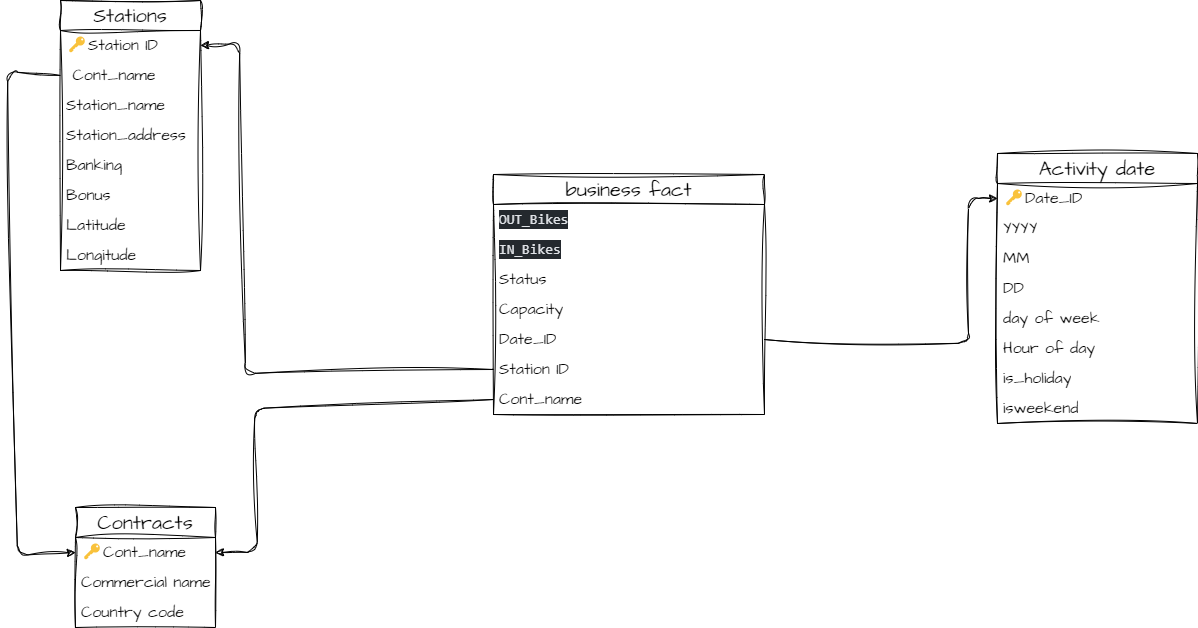
This is DWSchema.drawio.png from kaoutaar/end-to-end-etl-pipeline-jcdecaux-API, a draw.io export, as it was before one commit. Source tidied: cells renumbered, new cells last; positions are measured from the earlier drawing's top-left corner, leaving out a move shared by most shapes.
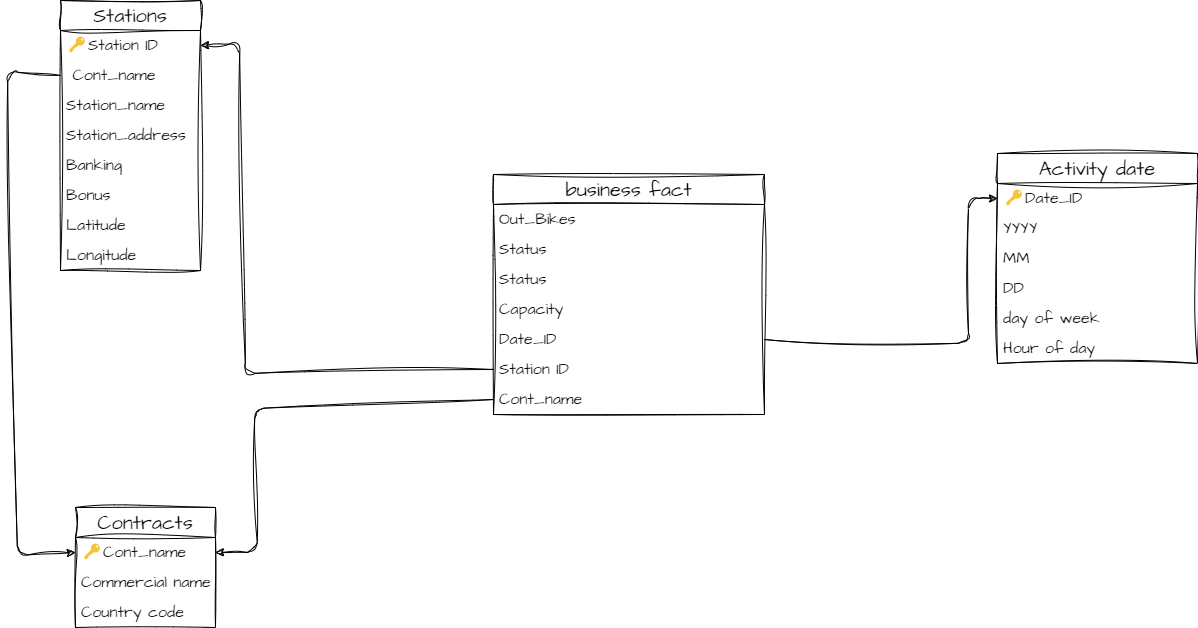
The same file after the commit.

Diff of the diagram source:
```diff
@@ -44,12 +44,12 @@
     <mxCell id="15" value="business fact" style="swimlane;fontStyle=0;horizontal=1;startSize=30;whiteSpace=wrap;html=1;sketch=1;hachureGap=4;jiggle=2;curveFitting=1;fontFamily=Architects Daughter;fontSource=https%3A%2F%2Ffonts.googleapis.com%2Fcss%3Ffamily%3DArchitects%2BDaughter;fontSize=20;" parent="1" vertex="1">
       <mxGeometry x="486" y="174" width="271" height="240" as="geometry" />
     </mxCell>
-    <mxCell id="16" value="&lt;div style=&quot;color: rgb(225, 228, 232); background-color: rgb(36, 41, 46); font-family: Consolas, &amp;quot;Courier New&amp;quot;, monospace; font-size: 14px; line-height: 19px;&quot;&gt;OUT_Bikes&lt;/div&gt;" style="text;strokeColor=none;fillColor=none;align=left;verticalAlign=middle;spacingLeft=4;spacingRight=4;overflow=hidden;whiteSpace=wrap;html=1;fontSize=16;sketch=1;hachureGap=4;jiggle=2;curveFitting=1;fontFamily=Architects Daughter;fontSource=https%3A%2F%2Ffonts.googleapis.com%2Fcss%3Ffamily%3DArchitects%2BDaughter;" parent="15" vertex="1">
-      <mxGeometry y="30" width="271" height="30" as="geometry" />
-    </mxCell>
-    <mxCell id="17" value="&lt;div style=&quot;color: rgb(225, 228, 232); background-color: rgb(36, 41, 46); font-family: Consolas, &amp;quot;Courier New&amp;quot;, monospace; font-size: 14px; line-height: 19px;&quot;&gt;&lt;div style=&quot;line-height: 19px;&quot;&gt;IN_Bikes&lt;/div&gt;&lt;/div&gt;" style="text;strokeColor=none;fillColor=none;align=left;verticalAlign=middle;spacingLeft=4;spacingRight=4;overflow=hidden;whiteSpace=wrap;html=1;fontSize=16;sketch=1;hachureGap=4;jiggle=2;curveFitting=1;fontFamily=Architects Daughter;fontSource=https%3A%2F%2Ffonts.googleapis.com%2Fcss%3Ffamily%3DArchitects%2BDaughter;" parent="15" vertex="1">
-      <mxGeometry y="60" width="271" height="30" as="geometry" />
-    </mxCell>
+    <mxCell id="36" value="Out_Bikes" style="text;strokeColor=none;fillColor=none;align=left;verticalAlign=middle;spacingLeft=4;spacingRight=4;overflow=hidden;whiteSpace=wrap;html=1;fontSize=16;sketch=1;hachureGap=4;jiggle=2;curveFitting=1;fontFamily=Architects Daughter;fontSource=https%3A%2F%2Ffonts.googleapis.com%2Fcss%3Ffamily%3DArchitects%2BDaughter;" parent="15" vertex="1">
+      <mxGeometry y="30" width="271" height="30" as="geometry" />
+    </mxCell>
+    <mxCell id="37" value="Status" style="text;strokeColor=none;fillColor=none;align=left;verticalAlign=middle;spacingLeft=4;spacingRight=4;overflow=hidden;whiteSpace=wrap;html=1;fontSize=16;sketch=1;hachureGap=4;jiggle=2;curveFitting=1;fontFamily=Architects Daughter;fontSource=https%3A%2F%2Ffonts.googleapis.com%2Fcss%3Ffamily%3DArchitects%2BDaughter;" parent="15" vertex="1">
+      <mxGeometry y="60" width="271" height="30" as="geometry" />
+    </mxCell>
     <mxCell id="18" value="Status" style="text;strokeColor=none;fillColor=none;align=left;verticalAlign=middle;spacingLeft=4;spacingRight=4;overflow=hidden;whiteSpace=wrap;html=1;fontSize=16;sketch=1;hachureGap=4;jiggle=2;curveFitting=1;fontFamily=Architects Daughter;fontSource=https%3A%2F%2Ffonts.googleapis.com%2Fcss%3Ffamily%3DArchitects%2BDaughter;" parent="15" vertex="1">
       <mxGeometry y="90" width="271" height="30" as="geometry" />
     </mxCell>
@@ -91,7 +91,7 @@
       </mxGeometry>
     </mxCell>
     <mxCell id="26" value="Activity date" style="swimlane;fontStyle=0;horizontal=1;startSize=30;whiteSpace=wrap;html=1;sketch=1;hachureGap=4;jiggle=2;curveFitting=1;fontFamily=Architects Daughter;fontSource=https%3A%2F%2Ffonts.googleapis.com%2Fcss%3Ffamily%3DArchitects%2BDaughter;fontSize=20;" parent="1" vertex="1">
-      <mxGeometry x="990" y="153" width="200" height="270" as="geometry" />
+      <mxGeometry x="990" y="153" width="200" height="210" as="geometry" />
     </mxCell>
     <mxCell id="27" value="🔑Date_ID" style="text;strokeColor=none;fillColor=none;align=left;verticalAlign=middle;spacingLeft=4;spacingRight=4;overflow=hidden;points=[[0,0.5],[1,0.5]];portConstraint=eastwest;whiteSpace=wrap;html=1;fontSize=16;sketch=1;hachureGap=4;jiggle=2;curveFitting=1;fontFamily=Architects Daughter;fontSource=https%3A%2F%2Ffonts.googleapis.com%2Fcss%3Ffamily%3DArchitects%2BDaughter;" parent="26" vertex="1">
       <mxGeometry y="30" width="200" height="30" as="geometry" />
@@ -111,12 +111,6 @@
     <mxCell id="32" value="Hour of day" style="text;strokeColor=none;fillColor=none;align=left;verticalAlign=middle;spacingLeft=4;spacingRight=4;overflow=hidden;whiteSpace=wrap;html=1;fontSize=16;sketch=1;hachureGap=4;jiggle=2;curveFitting=1;fontFamily=Architects Daughter;fontSource=https%3A%2F%2Ffonts.googleapis.com%2Fcss%3Ffamily%3DArchitects%2BDaughter;" parent="26" vertex="1">
       <mxGeometry y="180" width="200" height="30" as="geometry" />
     </mxCell>
-    <mxCell id="33" value="is_holiday" style="text;strokeColor=none;fillColor=none;align=left;verticalAlign=middle;spacingLeft=4;spacingRight=4;overflow=hidden;whiteSpace=wrap;html=1;fontSize=16;sketch=1;hachureGap=4;jiggle=2;curveFitting=1;fontFamily=Architects Daughter;fontSource=https%3A%2F%2Ffonts.googleapis.com%2Fcss%3Ffamily%3DArchitects%2BDaughter;" parent="26" vertex="1">
-      <mxGeometry y="210" width="200" height="30" as="geometry" />
-    </mxCell>
-    <mxCell id="34" value="isweekend" style="text;strokeColor=none;fillColor=none;align=left;verticalAlign=middle;spacingLeft=4;spacingRight=4;overflow=hidden;whiteSpace=wrap;html=1;fontSize=16;sketch=1;hachureGap=4;jiggle=2;curveFitting=1;fontFamily=Architects Daughter;fontSource=https%3A%2F%2Ffonts.googleapis.com%2Fcss%3Ffamily%3DArchitects%2BDaughter;" parent="26" vertex="1">
-      <mxGeometry y="240" width="200" height="30" as="geometry" />
-    </mxCell>
     <mxCell id="35" style="endArrow=classic;html=1;sketch=1;hachureGap=4;jiggle=2;curveFitting=1;fontFamily=Architects Daughter;fontSource=https%3A%2F%2Ffonts.googleapis.com%2Fcss%3Ffamily%3DArchitects%2BDaughter;fontSize=16;exitX=1;exitY=0.5;exitDx=0;exitDy=0;entryX=0;entryY=0.5;entryDx=0;entryDy=0;" parent="1" edge="1" source="20" target="27">
       <mxGeometry relative="1" as="geometry">
         <Array as="points">
```
